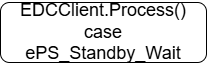
The draw.io diagram ReGetPaid(B8).png in AXQuestion/-, before a commit. Source tidied: cells renumbered, new cells last; positions are measured from the earlier drawing's top-left corner, leaving out a move shared by most shapes.
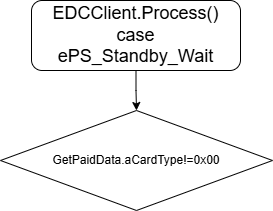
Later version of the same file.

Change to the diagram source:
```diff
@@ -2,8 +2,14 @@
   <root>
     <mxCell id="0" />
     <mxCell id="1" parent="0" />
+    <mxCell id="3" style="edgeStyle=orthogonalEdgeStyle;rounded=0;jettySize=auto;html=1;" parent="1" edge="1" source="2" target="4">
+      <mxGeometry relative="1" as="geometry" />
+    </mxCell>
     <mxCell id="2" value="EDCClient.Process()&lt;div&gt;case&lt;/div&gt;&lt;div&gt;ePS_Standby_Wait&lt;/div&gt;" style="rounded=1;whiteSpace=wrap;html=1;fontSize=18;" parent="1" vertex="1">
-      <mxGeometry width="206" height="60" as="geometry" />
+      <mxGeometry width="209" height="70" as="geometry" />
     </mxCell>
+    <mxCell id="4" value="GetPaidData.aCardType!=0x00" style="rhombus;whiteSpace=wrap;html=1;" parent="1" vertex="1">
+      <mxGeometry x="-31" y="110" width="272" height="100" as="geometry" />
+    </mxCell>
   </root>
 </mxGraphModel>
```
